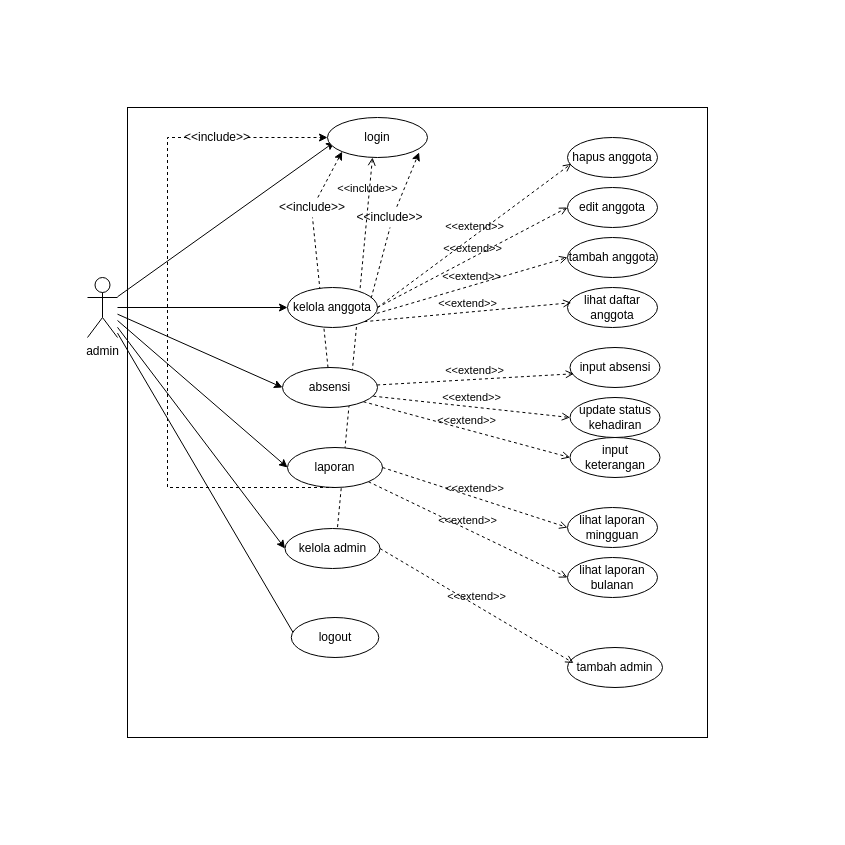
Earlier version of the draw.io diagram uml/usecase.drawio (WildsStudent03/Absensi-osis). Source tidied: cells renumbered, new cells numbered last; positions are measured from the earlier drawing's top-left corner, leaving out a move shared by most shapes. Both pictures are drawn from the tidied source at 100%, with x=0, y=0 at pixel (87, 107).
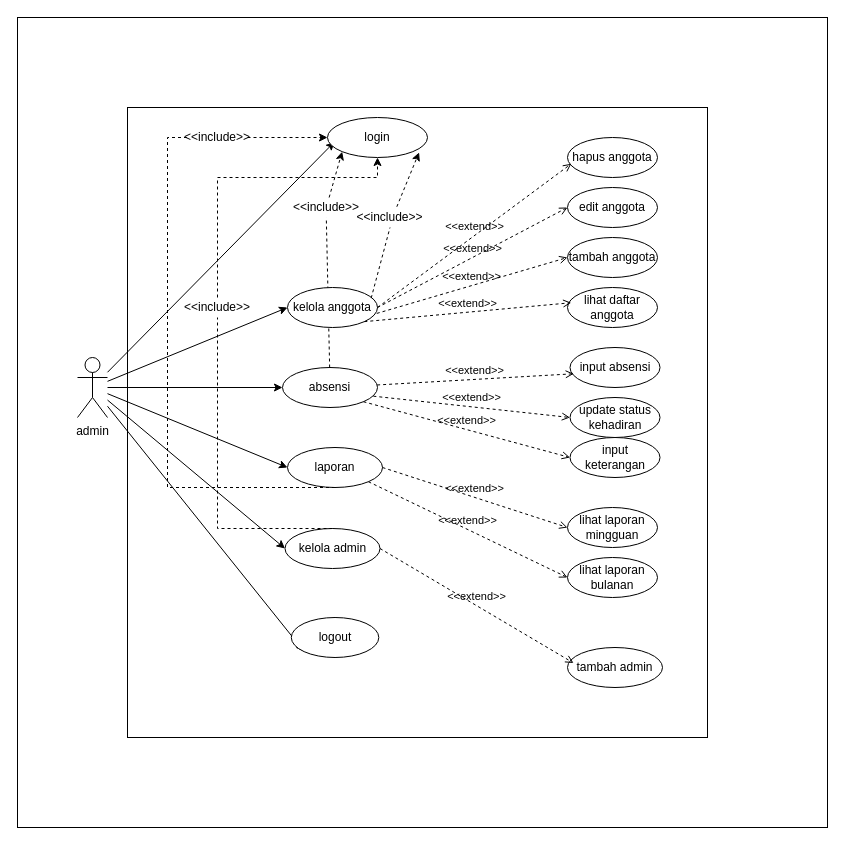
The same diagram, later.

Unchanged cells that the change refers to:
```xml
<mxCell id="9" value="login" style="ellipse;whiteSpace=wrap;html=1;" parent="1" vertex="1">
  <mxGeometry x="240" y="10" width="100" height="40" as="geometry" />
</mxCell>
<mxCell id="14" value="absensi" style="ellipse;whiteSpace=wrap;html=1;" parent="1" vertex="1">
  <mxGeometry x="195" y="260" width="95" height="40" as="geometry" />
</mxCell>
<mxCell id="15" value="kelola anggota" style="ellipse;whiteSpace=wrap;html=1;" parent="1" vertex="1">
  <mxGeometry x="200" y="180" width="90" height="40" as="geometry" />
</mxCell>
<mxCell id="20" value="laporan" style="ellipse;whiteSpace=wrap;html=1;" parent="1" vertex="1">
  <mxGeometry x="200" y="340" width="95" height="40" as="geometry" />
</mxCell>
<mxCell id="44" value="kelola admin" style="ellipse;whiteSpace=wrap;html=1;" parent="1" vertex="1">
  <mxGeometry x="197.5" y="421" width="95" height="40" as="geometry" />
</mxCell>
```

The edit, as a diff of the source:
```diff
@@
+    <mxCell id="47" style="whiteSpace=wrap;html=1;" parent="1" vertex="1">
+      <mxGeometry x="-70" y="-90" width="810" height="810" as="geometry" />
+    </mxCell>
@@
-    <mxCell id="3" style="whiteSpace=wrap;html=1;fillColor=none;" parent="1" vertex="1">
-      <mxGeometry x="40" width="580" height="630" as="geometry" />
-    </mxCell>
+    <mxCell id="48" style="whiteSpace=wrap;html=1;" parent="1" vertex="1">
+      <mxGeometry x="40" width="580" height="630" as="geometry" />
+    </mxCell>
@@
     <mxCell id="8" value="admin" style="shape=umlActor;verticalLabelPosition=bottom;verticalAlign=top;html=1;outlineConnect=0;" parent="1" vertex="1">
-      <mxGeometry y="170" width="30" height="60" as="geometry" />
+      <mxGeometry x="-10" y="250" width="30" height="60" as="geometry" />
     </mxCell>
@@
-    <mxCell id="11" style="rounded=0;jettySize=auto;html=1;entryX=0.916;entryY=0.873;entryDx=0;entryDy=0;dashed=1;exitX=0.624;exitY=-0.037;exitDx=0;exitDy=0;exitPerimeter=0;entryPerimeter=0;" parent="1" edge="1" source="17" target="9">
-      <mxGeometry relative="1" as="geometry" />
-    </mxCell>
+    <mxCell id="49" style="rounded=0;jettySize=auto;html=1;entryX=0.916;entryY=0.873;entryDx=0;entryDy=0;dashed=1;exitX=0.624;exitY=-0.037;exitDx=0;exitDy=0;exitPerimeter=0;entryPerimeter=0;" parent="1" edge="1" source="52" target="9">
+      <mxGeometry relative="1" as="geometry" />
+    </mxCell>
@@
-    <mxCell id="13" style="rounded=0;jettySize=auto;html=1;dashed=1;entryX=0.5;entryY=1;entryDx=0;entryDy=0;endArrow=none;endFill=0;" parent="1" edge="1" source="14" target="19">
-      <mxGeometry relative="1" as="geometry" />
-    </mxCell>
+    <mxCell id="50" style="rounded=0;jettySize=auto;html=1;dashed=1;entryX=0.5;entryY=1;entryDx=0;entryDy=0;endArrow=none;endFill=0;" parent="1" edge="1" source="14" target="54">
+      <mxGeometry relative="1" as="geometry" />
+    </mxCell>
@@
-    <mxCell id="16" style="rounded=0;jettySize=auto;html=1;entryX=0.5;entryY=1;entryDx=0;entryDy=0;endArrow=none;endFill=0;dashed=1;exitX=0.93;exitY=0.264;exitDx=0;exitDy=0;exitPerimeter=0;" parent="1" edge="1" source="15" target="17">
-      <mxGeometry relative="1" as="geometry" />
-    </mxCell>
-    <mxCell id="17" value="&amp;lt;&amp;lt;include&amp;gt;&amp;gt;" style="text;html=1;whiteSpace=wrap;strokeColor=none;fillColor=none;align=center;verticalAlign=middle;rounded=0;" parent="1" vertex="1">
-      <mxGeometry x="275" y="100" width="55" height="20" as="geometry" />
-    </mxCell>
-    <mxCell id="18" style="rounded=0;jettySize=auto;html=1;entryX=0;entryY=1;entryDx=0;entryDy=0;dashed=1;" parent="1" edge="1" source="19" target="9">
-      <mxGeometry relative="1" as="geometry" />
-    </mxCell>
-    <mxCell id="19" value="&amp;lt;&amp;lt;include&amp;gt;&amp;gt;" style="text;html=1;whiteSpace=wrap;strokeColor=none;fillColor=none;align=center;verticalAlign=middle;rounded=0;" parent="1" vertex="1">
-      <mxGeometry x="190" y="90" width="70" height="20" as="geometry" />
-    </mxCell>
+    <mxCell id="51" style="rounded=0;jettySize=auto;html=1;entryX=0.5;entryY=1;entryDx=0;entryDy=0;endArrow=none;endFill=0;dashed=1;exitX=0.93;exitY=0.264;exitDx=0;exitDy=0;exitPerimeter=0;" parent="1" edge="1" source="15" target="52">
+      <mxGeometry relative="1" as="geometry" />
+    </mxCell>
+    <mxCell id="52" value="&amp;lt;&amp;lt;include&amp;gt;&amp;gt;" style="text;html=1;whiteSpace=wrap;strokeColor=none;fillColor=none;align=center;verticalAlign=middle;rounded=0;" parent="1" vertex="1">
+      <mxGeometry x="275" y="100" width="55" height="20" as="geometry" />
+    </mxCell>
+    <mxCell id="53" style="rounded=0;jettySize=auto;html=1;entryX=0;entryY=1;entryDx=0;entryDy=0;dashed=1;" parent="1" edge="1" source="54" target="9">
+      <mxGeometry relative="1" as="geometry" />
+    </mxCell>
+    <mxCell id="54" value="&amp;lt;&amp;lt;include&amp;gt;&amp;gt;" style="text;html=1;whiteSpace=wrap;strokeColor=none;fillColor=none;align=center;verticalAlign=middle;rounded=0;" parent="1" vertex="1">
+      <mxGeometry x="203.8" y="90" width="70" height="20" as="geometry" />
+    </mxCell>
@@
-    <mxCell id="21" style="edgeStyle=orthogonalEdgeStyle;rounded=0;orthogonalLoop=1;jettySize=auto;html=1;exitX=0.5;exitY=1;exitDx=0;exitDy=0;" parent="1" edge="1" source="3" target="3">
-      <mxGeometry relative="1" as="geometry" />
-    </mxCell>
-    <mxCell id="22" style="edgeStyle=orthogonalEdgeStyle;rounded=0;jettySize=auto;html=1;entryX=0;entryY=0.5;entryDx=0;entryDy=0;endArrow=none;endFill=0;dashed=1;" parent="1" edge="1" source="20" target="24">
-      <mxGeometry relative="1" as="geometry">
-        <Array as="points">
-          <mxPoint x="80" y="380" />
-        </Array>
-      </mxGeometry>
-    </mxCell>
-    <mxCell id="23" style="rounded=0;jettySize=auto;html=1;entryX=0;entryY=0.5;entryDx=0;entryDy=0;dashed=1;" parent="1" edge="1" source="24" target="9">
-      <mxGeometry relative="1" as="geometry" />
-    </mxCell>
-    <mxCell id="24" value="&amp;lt;&amp;lt;include&amp;gt;&amp;gt;" style="text;html=1;whiteSpace=wrap;strokeColor=none;fillColor=none;align=center;verticalAlign=middle;rounded=0;" parent="1" vertex="1">
-      <mxGeometry x="100" y="15" width="60" height="30" as="geometry" />
-    </mxCell>
+    <mxCell id="55" style="edgeStyle=orthogonalEdgeStyle;rounded=0;orthogonalLoop=1;jettySize=auto;html=1;exitX=0.5;exitY=1;exitDx=0;exitDy=0;" parent="1" edge="1" source="48" target="48">
+      <mxGeometry relative="1" as="geometry" />
+    </mxCell>
+    <mxCell id="56" style="edgeStyle=orthogonalEdgeStyle;rounded=0;jettySize=auto;html=1;entryX=0;entryY=0.5;entryDx=0;entryDy=0;endArrow=none;endFill=0;dashed=1;" parent="1" edge="1" source="20" target="58">
+      <mxGeometry relative="1" as="geometry">
+        <Array as="points">
+          <mxPoint x="80" y="380" />
+        </Array>
+      </mxGeometry>
+    </mxCell>
+    <mxCell id="57" style="rounded=0;jettySize=auto;html=1;entryX=0;entryY=0.5;entryDx=0;entryDy=0;dashed=1;" parent="1" edge="1" source="58" target="9">
+      <mxGeometry relative="1" as="geometry" />
+    </mxCell>
+    <mxCell id="58" value="&amp;lt;&amp;lt;include&amp;gt;&amp;gt;" style="text;html=1;whiteSpace=wrap;strokeColor=none;fillColor=none;align=center;verticalAlign=middle;rounded=0;" parent="1" vertex="1">
+      <mxGeometry x="100" y="15" width="60" height="30" as="geometry" />
+    </mxCell>
@@
+    <mxCell id="59" style="edgeStyle=orthogonalEdgeStyle;rounded=0;jettySize=auto;html=1;exitX=0.5;exitY=0;exitDx=0;exitDy=0;dashed=1;" parent="1" edge="1" source="61" target="9">
+      <mxGeometry relative="1" as="geometry">
+        <Array as="points">
+          <mxPoint x="130" y="70" />
+          <mxPoint x="290" y="70" />
+        </Array>
+      </mxGeometry>
+    </mxCell>
@@
+    <mxCell id="60" style="edgeStyle=orthogonalEdgeStyle;rounded=0;jettySize=auto;html=1;exitX=0.5;exitY=0;exitDx=0;exitDy=0;dashed=1;endArrow=none;endFill=0;" parent="1" edge="1" source="44" target="61">
+      <mxGeometry relative="1" as="geometry">
+        <Array as="points">
+          <mxPoint x="130" y="421" />
+        </Array>
+      </mxGeometry>
+    </mxCell>
+    <mxCell id="61" value="&amp;lt;&amp;lt;include&amp;gt;&amp;gt;" style="text;html=1;whiteSpace=wrap;strokeColor=none;fillColor=none;align=center;verticalAlign=middle;rounded=0;" parent="1" vertex="1">
+      <mxGeometry x="95" y="190" width="70" height="20" as="geometry" />
+    </mxCell>
```
